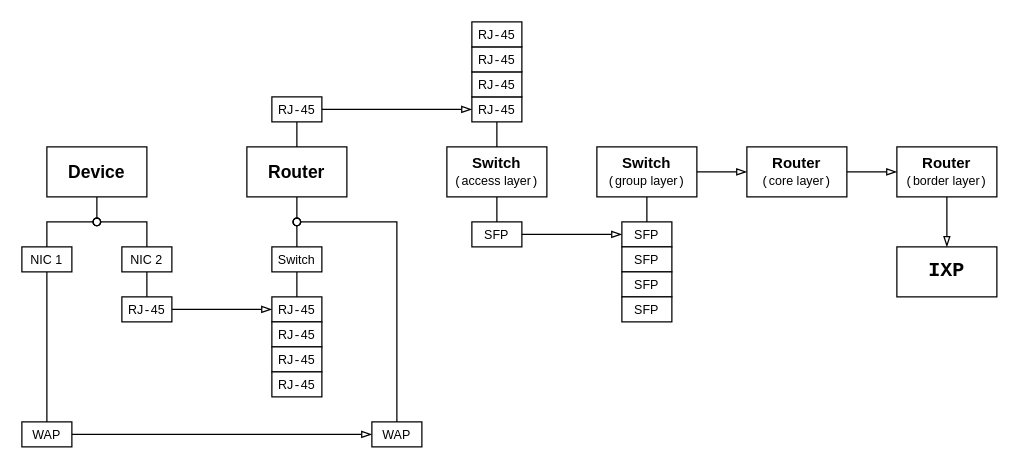
The draw.io diagram projects/examples/source/15.01.drawio in topki4uk/Education-MIPT, before the edit. Source tidied: cells renumbered, new cells numbered last; positions are measured from the earlier drawing's top-left corner, leaving out a move shared by most shapes. Both pictures are drawn from the tidied source at 125%, with x=0, y=0 at pixel (21, 21).
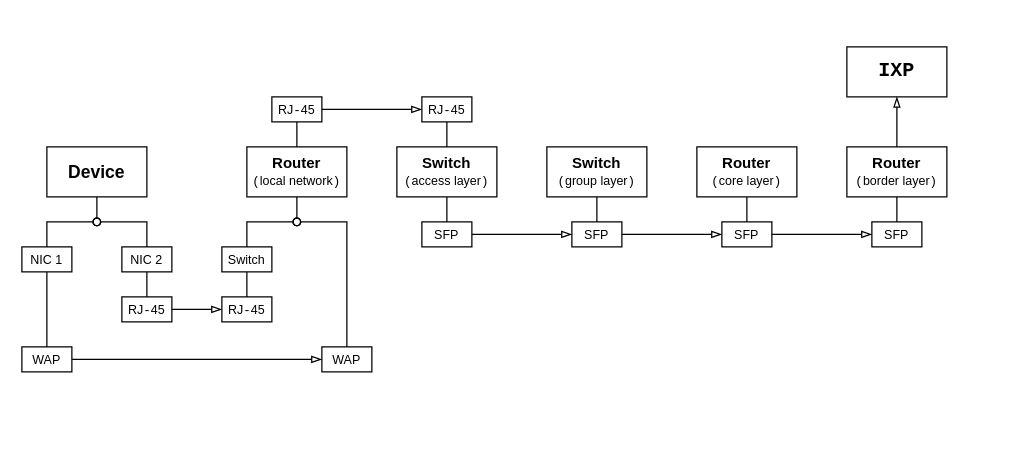
The same diagram, later.

Diff of the diagram source:
```diff
@@
     <mxCell id="3" value="&lt;font style=&quot;font-size: 10px;&quot;&gt;Switch&lt;/font&gt;" style="rounded=0;whiteSpace=wrap;html=1;" parent="1" vertex="1">
-      <mxGeometry x="200" y="180" width="40" height="20" as="geometry" />
+      <mxGeometry x="160" y="180" width="40" height="20" as="geometry" />
     </mxCell>
-    <mxCell id="4" value="&lt;b&gt;&lt;font style=&quot;font-size: 14px;&quot;&gt;Router&lt;/font&gt;&lt;/b&gt;" style="rounded=0;whiteSpace=wrap;html=1;" parent="1" vertex="1">
+    <mxCell id="4" value="&lt;b&gt;&lt;font&gt;Router&lt;/font&gt;&lt;/b&gt;&lt;div&gt;&lt;font style=&quot;font-size: 10px;&quot;&gt;&lt;font face=&quot;Courier New&quot;&gt;(&lt;/font&gt;local network&lt;font face=&quot;Courier New&quot;&gt;)&lt;/font&gt;&lt;/font&gt;&lt;/div&gt;" style="rounded=0;whiteSpace=wrap;html=1;" parent="1" vertex="1">
       <mxGeometry x="180" y="100" width="80" height="40" as="geometry" />
     </mxCell>
     <mxCell id="5" value="&lt;b&gt;&lt;font&gt;Switch&lt;/font&gt;&lt;/b&gt;&lt;div&gt;&lt;font style=&quot;font-size: 10px;&quot;&gt;&lt;font face=&quot;Courier New&quot; style=&quot;&quot;&gt;(&lt;/font&gt;access layer&lt;font face=&quot;Courier New&quot; style=&quot;&quot;&gt;)&lt;/font&gt;&lt;/font&gt;&lt;/div&gt;" style="rounded=0;whiteSpace=wrap;html=1;" parent="1" vertex="1">
-      <mxGeometry x="340" y="100" width="80" height="40" as="geometry" />
+      <mxGeometry x="300" y="100" width="80" height="40" as="geometry" />
     </mxCell>
     <mxCell id="6" value="&lt;font style=&quot;font-size: 10px;&quot;&gt;RJ&lt;font face=&quot;Courier New&quot; style=&quot;&quot;&gt;-&lt;/font&gt;45&lt;/font&gt;" style="rounded=0;whiteSpace=wrap;html=1;align=center;" parent="1" vertex="1">
-      <mxGeometry x="200" y="220" width="40" height="20" as="geometry" />
+      <mxGeometry x="160" y="220" width="40" height="20" as="geometry" />
     </mxCell>
@@
     <mxCell id="9" value="&lt;span style=&quot;font-size: 10px;&quot;&gt;WAP&lt;/span&gt;" style="rounded=0;whiteSpace=wrap;html=1;align=center;" parent="1" vertex="1">
-      <mxGeometry x="280" y="320" width="40" height="20" as="geometry" />
+      <mxGeometry x="240" y="260" width="40" height="20" as="geometry" />
     </mxCell>
@@
-    <mxCell id="14" value="&lt;font style=&quot;font-size: 10px;&quot;&gt;RJ&lt;font face=&quot;Courier New&quot; style=&quot;&quot;&gt;-&lt;/font&gt;45&lt;/font&gt;" style="rounded=0;whiteSpace=wrap;html=1;align=center;" parent="1" vertex="1">
-      <mxGeometry x="200" y="240" width="40" height="20" as="geometry" />
-    </mxCell>
-    <mxCell id="15" value="&lt;font style=&quot;font-size: 10px;&quot;&gt;RJ&lt;font face=&quot;Courier New&quot; style=&quot;&quot;&gt;-&lt;/font&gt;45&lt;/font&gt;" style="rounded=0;whiteSpace=wrap;html=1;align=center;" parent="1" vertex="1">
-      <mxGeometry x="200" y="260" width="40" height="20" as="geometry" />
-    </mxCell>
-    <mxCell id="16" value="&lt;font style=&quot;font-size: 10px;&quot;&gt;RJ&lt;font face=&quot;Courier New&quot; style=&quot;&quot;&gt;-&lt;/font&gt;45&lt;/font&gt;" style="rounded=0;whiteSpace=wrap;html=1;align=center;" parent="1" vertex="1">
-      <mxGeometry x="200" y="280" width="40" height="20" as="geometry" />
-    </mxCell>
     <mxCell id="17" style="endArrow=oval;html=1;rounded=0;exitX=0.5;exitY=0;exitDx=0;exitDy=0;endFill=0;" parent="1" edge="1" source="9">
       <mxGeometry relative="1" as="geometry">
         <mxPoint x="220" y="160" as="targetPoint" />
         <Array as="points">
-          <mxPoint x="300" y="160" />
+          <mxPoint x="260" y="160" />
         </Array>
       </mxGeometry>
     </mxCell>
@@
     <mxCell id="21" value="&lt;span style=&quot;font-size: 10px;&quot;&gt;WAP&lt;/span&gt;" style="rounded=0;whiteSpace=wrap;html=1;align=center;" parent="1" vertex="1">
-      <mxGeometry y="320" width="40" height="20" as="geometry" />
+      <mxGeometry y="260" width="40" height="20" as="geometry" />
     </mxCell>
@@
     <mxCell id="24" value="&lt;font style=&quot;font-size: 10px;&quot;&gt;SFP&lt;/font&gt;" style="rounded=0;whiteSpace=wrap;html=1;align=center;" parent="1" vertex="1">
-      <mxGeometry x="360" y="160" width="40" height="20" as="geometry" />
+      <mxGeometry x="320" y="160" width="40" height="20" as="geometry" />
     </mxCell>
     <mxCell id="25" value="&lt;font style=&quot;font-size: 10px;&quot;&gt;RJ&lt;font face=&quot;Courier New&quot; style=&quot;&quot;&gt;-&lt;/font&gt;45&lt;/font&gt;" style="rounded=0;whiteSpace=wrap;html=1;align=center;" parent="1" vertex="1">
-      <mxGeometry x="360" y="60" width="40" height="20" as="geometry" />
+      <mxGeometry x="320" y="60" width="40" height="20" as="geometry" />
     </mxCell>
@@
     <mxCell id="31" style="endArrow=none;html=1;rounded=0;entryX=0.5;entryY=0;entryDx=0;entryDy=0;startArrow=oval;startFill=0;" parent="1" edge="1" target="3">
       <mxGeometry relative="1" as="geometry">
         <mxPoint x="220" y="160" as="sourcePoint" />
+        <Array as="points">
+          <mxPoint x="180" y="160" />
+        </Array>
       </mxGeometry>
     </mxCell>
     <mxCell id="32" value="&lt;b&gt;&lt;font&gt;Switch&lt;/font&gt;&lt;/b&gt;&lt;div&gt;&lt;font style=&quot;font-size: 10px;&quot;&gt;&lt;font face=&quot;Courier New&quot; style=&quot;&quot;&gt;(&lt;/font&gt;&lt;font face=&quot;Helvetica&quot; style=&quot;&quot;&gt;group&lt;/font&gt; layer&lt;font face=&quot;Courier New&quot; style=&quot;&quot;&gt;)&lt;/font&gt;&lt;/font&gt;&lt;/div&gt;" style="rounded=0;whiteSpace=wrap;html=1;" parent="1" vertex="1">
-      <mxGeometry x="460" y="100" width="80" height="40" as="geometry" />
+      <mxGeometry x="420" y="100" width="80" height="40" as="geometry" />
     </mxCell>
@@
     <mxCell id="34" value="&lt;font style=&quot;font-size: 10px;&quot;&gt;SFP&lt;/font&gt;" style="rounded=0;whiteSpace=wrap;html=1;align=center;" parent="1" vertex="1">
-      <mxGeometry x="480" y="160" width="40" height="20" as="geometry" />
+      <mxGeometry x="440" y="160" width="40" height="20" as="geometry" />
     </mxCell>
@@
     <mxCell id="37" value="&lt;b&gt;Router&lt;/b&gt;&lt;br&gt;&lt;div&gt;&lt;font style=&quot;font-size: 10px;&quot;&gt;&lt;font face=&quot;Courier New&quot; style=&quot;&quot;&gt;(&lt;/font&gt;core layer&lt;font face=&quot;Courier New&quot; style=&quot;&quot;&gt;)&lt;/font&gt;&lt;/font&gt;&lt;/div&gt;" style="rounded=0;whiteSpace=wrap;html=1;" parent="1" vertex="1">
-      <mxGeometry x="580" y="100" width="80" height="40" as="geometry" />
+      <mxGeometry x="540" y="100" width="80" height="40" as="geometry" />
     </mxCell>
-    <mxCell id="38" value="&lt;font style=&quot;font-size: 10px;&quot;&gt;SFP&lt;/font&gt;" style="rounded=0;whiteSpace=wrap;html=1;align=center;" parent="1" vertex="1">
-      <mxGeometry x="480" y="180" width="40" height="20" as="geometry" />
-    </mxCell>
-    <mxCell id="39" value="&lt;font style=&quot;font-size: 10px;&quot;&gt;SFP&lt;/font&gt;" style="rounded=0;whiteSpace=wrap;html=1;align=center;" parent="1" vertex="1">
-      <mxGeometry x="480" y="200" width="40" height="20" as="geometry" />
-    </mxCell>
-    <mxCell id="40" value="&lt;font style=&quot;font-size: 10px;&quot;&gt;SFP&lt;/font&gt;" style="rounded=0;whiteSpace=wrap;html=1;align=center;" parent="1" vertex="1">
-      <mxGeometry x="480" y="220" width="40" height="20" as="geometry" />
-    </mxCell>
     <mxCell id="41" value="&lt;b&gt;Router&lt;/b&gt;&lt;br&gt;&lt;div&gt;&lt;font style=&quot;font-size: 10px;&quot;&gt;&lt;font face=&quot;Courier New&quot; style=&quot;&quot;&gt;(&lt;/font&gt;border layer&lt;font face=&quot;Courier New&quot; style=&quot;&quot;&gt;)&lt;/font&gt;&lt;/font&gt;&lt;/div&gt;" style="rounded=0;whiteSpace=wrap;html=1;" parent="1" vertex="1">
-      <mxGeometry x="700" y="100" width="80" height="40" as="geometry" />
+      <mxGeometry x="660" y="100" width="80" height="40" as="geometry" />
     </mxCell>
     <mxCell id="42" value="&lt;b&gt;&lt;font face=&quot;Courier New&quot; style=&quot;font-size: 16px;&quot;&gt;IXP&lt;/font&gt;&lt;/b&gt;" style="rounded=0;whiteSpace=wrap;html=1;" parent="1" vertex="1">
-      <mxGeometry x="700" y="180" width="80" height="40" as="geometry" />
+      <mxGeometry x="660" y="20" width="80" height="40" as="geometry" />
     </mxCell>
-    <mxCell id="43" value="&lt;font style=&quot;font-size: 10px;&quot;&gt;RJ&lt;font face=&quot;Courier New&quot; style=&quot;&quot;&gt;-&lt;/font&gt;45&lt;/font&gt;" style="rounded=0;whiteSpace=wrap;html=1;align=center;" parent="1" vertex="1">
-      <mxGeometry x="360" y="40" width="40" height="20" as="geometry" />
-    </mxCell>
-    <mxCell id="44" value="&lt;font style=&quot;font-size: 10px;&quot;&gt;RJ&lt;font face=&quot;Courier New&quot; style=&quot;&quot;&gt;-&lt;/font&gt;45&lt;/font&gt;" style="rounded=0;whiteSpace=wrap;html=1;align=center;" parent="1" vertex="1">
-      <mxGeometry x="360" y="20" width="40" height="20" as="geometry" />
-    </mxCell>
-    <mxCell id="45" value="&lt;font style=&quot;font-size: 10px;&quot;&gt;RJ&lt;font face=&quot;Courier New&quot; style=&quot;&quot;&gt;-&lt;/font&gt;45&lt;/font&gt;" style="rounded=0;whiteSpace=wrap;html=1;align=center;" parent="1" vertex="1">
-      <mxGeometry x="360" width="40" height="20" as="geometry" />
-    </mxCell>
-    <mxCell id="46" style="endArrow=blockThin;html=1;rounded=0;endFill=0;entryX=0;entryY=0.5;entryDx=0;entryDy=0;exitX=1;exitY=0.5;exitDx=0;exitDy=0;" parent="1" edge="1" source="32" target="37">
-      <mxGeometry relative="1" as="geometry" />
-    </mxCell>
-    <mxCell id="47" style="endArrow=blockThin;html=1;rounded=0;endFill=0;entryX=0;entryY=0.5;entryDx=0;entryDy=0;exitX=1;exitY=0.5;exitDx=0;exitDy=0;" parent="1" edge="1" source="37" target="41">
-      <mxGeometry relative="1" as="geometry" />
-    </mxCell>
+    <mxCell id="49" value="&lt;font style=&quot;font-size: 10px;&quot;&gt;SFP&lt;/font&gt;" style="rounded=0;whiteSpace=wrap;html=1;align=center;" parent="1" vertex="1">
+      <mxGeometry x="560" y="160" width="40" height="20" as="geometry" />
+    </mxCell>
+    <mxCell id="50" value="&lt;font style=&quot;font-size: 10px;&quot;&gt;SFP&lt;/font&gt;" style="rounded=0;whiteSpace=wrap;html=1;align=center;" parent="1" vertex="1">
+      <mxGeometry x="680" y="160" width="40" height="20" as="geometry" />
+    </mxCell>
+    <mxCell id="51" style="endArrow=none;html=1;rounded=0;entryX=0.5;entryY=1;entryDx=0;entryDy=0;exitX=0.5;exitY=0;exitDx=0;exitDy=0;" parent="1" edge="1" source="49" target="37">
+      <mxGeometry relative="1" as="geometry" />
+    </mxCell>
+    <mxCell id="52" style="endArrow=none;html=1;rounded=0;entryX=0.5;entryY=1;entryDx=0;entryDy=0;exitX=0.5;exitY=0;exitDx=0;exitDy=0;" parent="1" edge="1" source="50" target="41">
+      <mxGeometry relative="1" as="geometry" />
+    </mxCell>
+    <mxCell id="53" style="endArrow=blockThin;html=1;rounded=0;endFill=0;entryX=0;entryY=0.5;entryDx=0;entryDy=0;exitX=1;exitY=0.5;exitDx=0;exitDy=0;" parent="1" edge="1" source="34" target="49">
+      <mxGeometry relative="1" as="geometry" />
+    </mxCell>
+    <mxCell id="54" style="endArrow=blockThin;html=1;rounded=0;endFill=0;entryX=0;entryY=0.5;entryDx=0;entryDy=0;exitX=1;exitY=0.5;exitDx=0;exitDy=0;" parent="1" edge="1" source="49" target="50">
+      <mxGeometry relative="1" as="geometry" />
+    </mxCell>
-    <mxCell id="48" style="endArrow=blockThin;html=1;rounded=0;endFill=0;entryX=0.5;entryY=0;entryDx=0;entryDy=0;exitX=0.5;exitY=1;exitDx=0;exitDy=0;" parent="1" edge="1" source="41" target="42">
+    <mxCell id="48" style="endArrow=blockThin;html=1;rounded=0;endFill=0;entryX=0.5;entryY=1;entryDx=0;entryDy=0;exitX=0.5;exitY=0;exitDx=0;exitDy=0;" parent="1" edge="1" source="41" target="42">
       <mxGeometry relative="1" as="geometry" />
     </mxCell>
```
